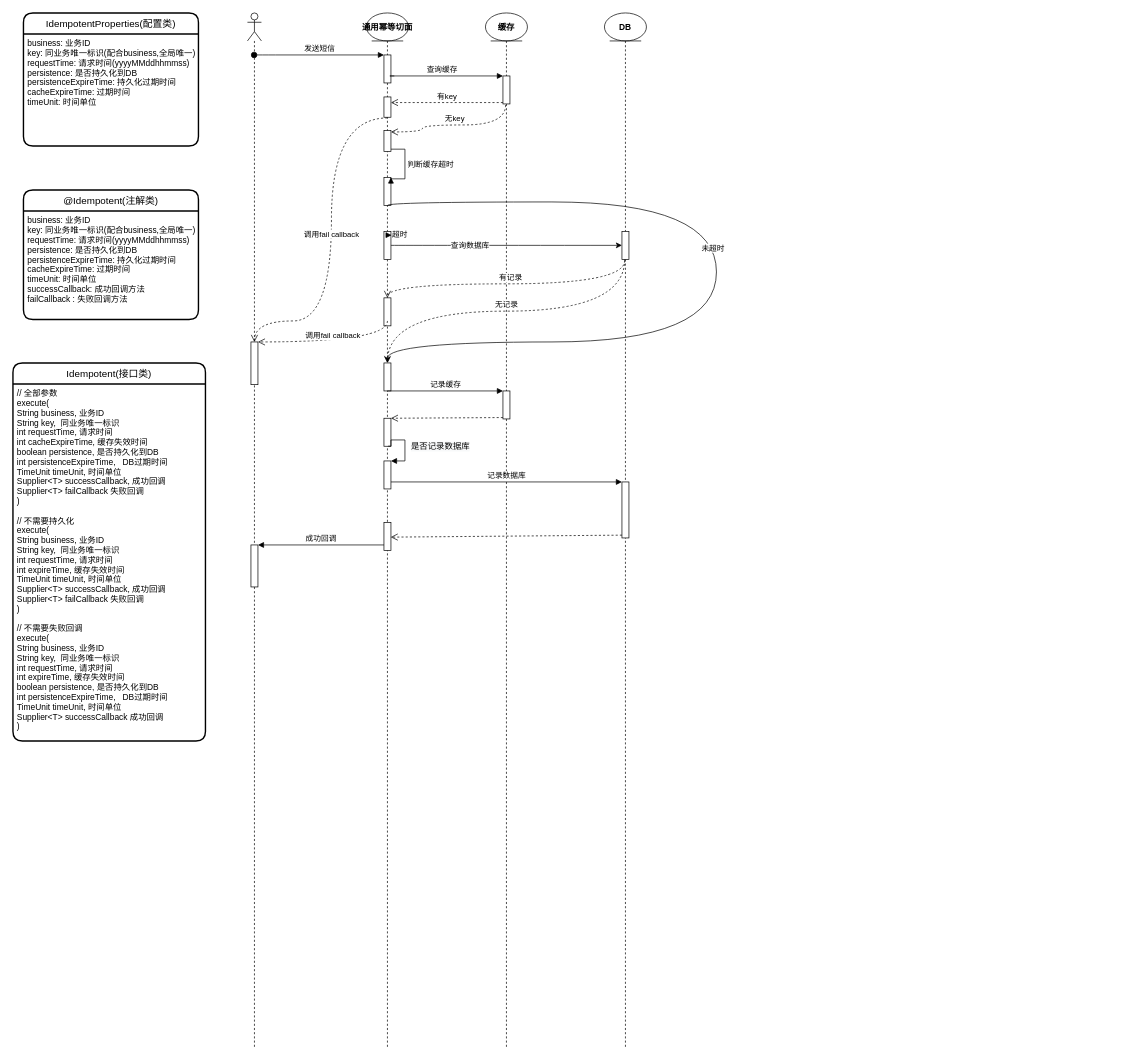
Above: drawioes/幂等流程图.drawio in moriwuzhe/org-diagrams (draw.io), before the change. Source tidied: cells renumbered, new cells numbered last; positions are measured from the earlier drawing's top-left corner, leaving out a move shared by most shapes. Both pictures are drawn from the tidied source at 70%, with x=0, y=0 at pixel (13, 13).
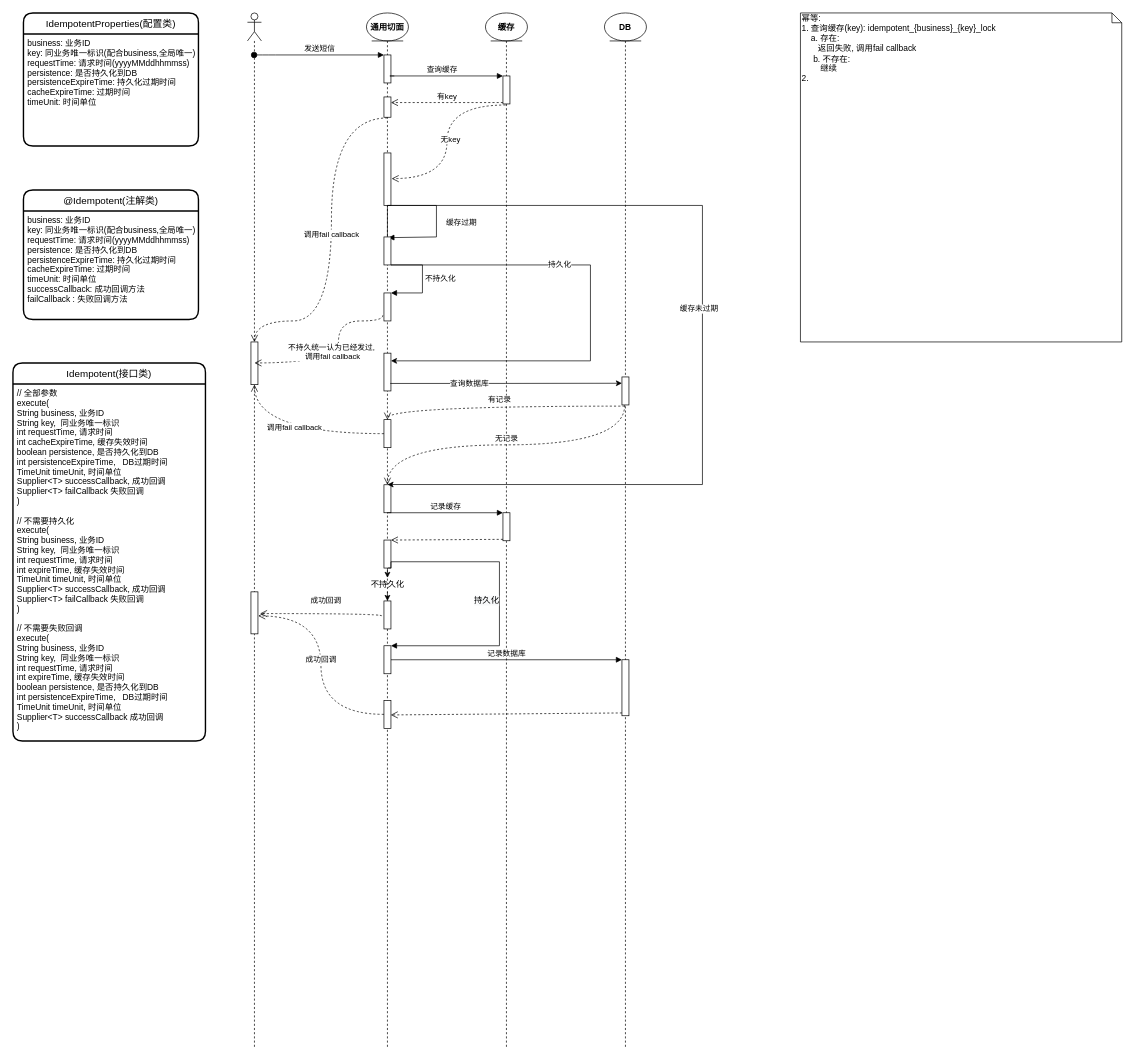
The same diagram, later.

Commit message (it also covers changes not shown here):
更新幂等流程图.drawio

Unchanged cells that the change refers to:
```xml
<mxCell id="8" style="shape=umlLifeline;participant=umlActor;perimeter=lifelinePerimeter;whiteSpace=wrap;html=1;verticalAlign=top;spacingTop=36;outlineConnect=0;" parent="1" vertex="1">
  <mxGeometry x="335" width="20" height="1480" as="geometry" />
</mxCell>
<mxCell id="9" style="html=1;points=[];perimeter=orthogonalPerimeter;" parent="8" vertex="1">
  <mxGeometry x="5" y="470" width="10" height="61" as="geometry" />
</mxCell>
<mxCell id="11" style="shape=umlLifeline;participant=umlEntity;perimeter=lifelinePerimeter;whiteSpace=wrap;html=1;verticalAlign=top;spacingTop=36;outlineConnect=0;" parent="1" vertex="1">
  <mxGeometry x="505" width="60" height="1480" as="geometry" />
</mxCell>
<mxCell id="28" style="shape=umlLifeline;participant=umlEntity;perimeter=lifelinePerimeter;whiteSpace=wrap;html=1;verticalAlign=top;spacingTop=36;" parent="1" vertex="1">
  <mxGeometry x="675" width="60" height="1480" as="geometry" />
</mxCell>
<mxCell id="30" style="html=1;points=[];perimeter=orthogonalPerimeter;" parent="28" vertex="1">
  <mxGeometry x="25" y="90" width="10" height="40" as="geometry" />
</mxCell>
<mxCell id="32" style="shape=umlLifeline;participant=umlEntity;perimeter=lifelinePerimeter;whiteSpace=wrap;html=1;verticalAlign=top;spacingTop=36;" parent="1" vertex="1">
  <mxGeometry x="845" width="60" height="1480" as="geometry" />
</mxCell>
```

What changed in the source:
```diff
@@
     <mxCell id="10" style="html=1;points=[];perimeter=orthogonalPerimeter;" parent="8" vertex="1">
-      <mxGeometry x="5" y="760" width="10" height="60" as="geometry" />
+      <mxGeometry x="5" y="827" width="10" height="60" as="geometry" />
     </mxCell>
@@
-    <mxCell id="13" value="通用幂等切面" style="text;align=center;fontStyle=1;verticalAlign=middle;spacingLeft=3;spacingRight=3;strokeColor=none;" parent="11" vertex="1">
+    <mxCell id="13" value="通用切面" style="text;align=center;fontStyle=1;verticalAlign=middle;spacingLeft=3;spacingRight=3;strokeColor=none;" parent="11" vertex="1">
       <mxGeometry x="-10" y="7" width="80" height="26" as="geometry" />
     </mxCell>
@@
-    <mxCell id="15" style="html=1;points=[];perimeter=orthogonalPerimeter;" parent="11" vertex="1">
-      <mxGeometry x="25" y="168" width="10" height="30" as="geometry" />
-    </mxCell>
     <mxCell id="16" style="html=1;points=[];perimeter=orthogonalPerimeter;" parent="11" vertex="1">
-      <mxGeometry x="25" y="235" width="10" height="40" as="geometry" />
+      <mxGeometry x="25" y="200" width="10" height="75" as="geometry" />
     </mxCell>
-    <mxCell id="17" value="判断缓存超时" style="edgeStyle=orthogonalEdgeStyle;html=1;align=left;spacingLeft=2;endArrow=block;rounded=0;entryX=1;entryY=0;exitX=1.013;exitY=0.92;exitDx=0;exitDy=0;exitPerimeter=0;" parent="11" edge="1" target="16">
-      <mxGeometry relative="1" as="geometry">
-        <mxPoint x="35.1" y="194.6" as="sourcePoint" />
-        <Array as="points">
-          <mxPoint x="55" y="195" />
-          <mxPoint x="55" y="237" />
-        </Array>
-      </mxGeometry>
-    </mxCell>
     <mxCell id="18" style="html=1;points=[];perimeter=orthogonalPerimeter;" parent="11" vertex="1">
-      <mxGeometry x="25" y="312" width="10" height="40" as="geometry" />
+      <mxGeometry x="25" y="486" width="10" height="54" as="geometry" />
     </mxCell>
     <mxCell id="19" style="html=1;points=[];perimeter=orthogonalPerimeter;" parent="11" vertex="1">
-      <mxGeometry x="25" y="407" width="10" height="40" as="geometry" />
+      <mxGeometry x="25" y="581" width="10" height="40" as="geometry" />
     </mxCell>
     <mxCell id="20" style="html=1;points=[];perimeter=orthogonalPerimeter;" parent="11" vertex="1">
-      <mxGeometry x="25" y="500" width="10" height="40" as="geometry" />
+      <mxGeometry x="25" y="674" width="10" height="40" as="geometry" />
     </mxCell>
-    <mxCell id="21" style="edgeStyle=orthogonalEdgeStyle;curved=1;rounded=0;jettySize=auto;html=1;entryX=0.507;entryY=-0.008;entryDx=0;entryDy=0;entryPerimeter=0;" parent="11" edge="1" target="20">
+    <mxCell id="21" style="edgeStyle=orthogonalEdgeStyle;rounded=0;jettySize=auto;html=1;entryX=0.507;entryY=-0.008;entryDx=0;entryDy=0;entryPerimeter=0;" parent="11" edge="1" target="20">
       <mxGeometry relative="1" as="geometry">
         <mxPoint x="30" y="275" as="sourcePoint" />
         <Array as="points">
-          <mxPoint x="30" y="270" />
-          <mxPoint x="500" y="270" />
-          <mxPoint x="500" y="470" />
-          <mxPoint x="30" y="470" />
+          <mxPoint x="480" y="275" />
+          <mxPoint x="480" y="674" />
         </Array>
       </mxGeometry>
     </mxCell>
-    <mxCell id="22" value="未超时" style="edgeLabel;html=1;align=center;verticalAlign=middle;" parent="21" vertex="1">
+    <mxCell id="22" value="缓存未过期" style="edgeLabel;html=1;align=center;verticalAlign=middle;" parent="21" vertex="1">
       <mxGeometry x="-0.08" y="-6" relative="1" as="geometry" />
     </mxCell>
+    <mxCell id="51" style="rounded=0;jettySize=auto;html=1;" parent="11" edge="1" source="56" target="55">
+      <mxGeometry relative="1" as="geometry" />
+    </mxCell>
     <mxCell id="23" style="html=1;points=[];perimeter=orthogonalPerimeter;" parent="11" vertex="1">
-      <mxGeometry x="25" y="579" width="10" height="40" as="geometry" />
+      <mxGeometry x="25" y="753" width="10" height="40" as="geometry" />
     </mxCell>
     <mxCell id="24" style="html=1;points=[];perimeter=orthogonalPerimeter;" parent="11" vertex="1">
-      <mxGeometry x="25" y="640" width="10" height="40" as="geometry" />
+      <mxGeometry x="25" y="904" width="10" height="40" as="geometry" />
     </mxCell>
-    <mxCell id="25" value="&lt;span style=&quot;font-size: 12px ; text-align: center ; background-color: rgb(248 , 249 , 250)&quot;&gt;是否记录数据库&lt;/span&gt;" style="edgeStyle=orthogonalEdgeStyle;html=1;align=left;spacingLeft=2;endArrow=block;rounded=0;entryX=1;entryY=0;exitX=0.599;exitY=0.997;exitDx=0;exitDy=0;exitPerimeter=0;" parent="11" edge="1" source="23" target="24">
-      <mxGeometry x="0.04" y="5" relative="1" as="geometry">
+    <mxCell id="25" value="&lt;span style=&quot;font-size: 12px ; text-align: center ; background-color: rgb(248 , 249 , 250)&quot;&gt;持久化&lt;/span&gt;" style="edgeStyle=orthogonalEdgeStyle;html=1;align=left;spacingLeft=2;endArrow=block;rounded=0;entryX=1;entryY=0;exitX=0.599;exitY=0.997;exitDx=0;exitDy=0;exitPerimeter=0;" parent="11" edge="1" source="23" target="24">
+      <mxGeometry x="0.01" y="-40" relative="1" as="geometry">
         <Array as="points">
-          <mxPoint x="35" y="619" />
-          <mxPoint x="35" y="610" />
-          <mxPoint x="55" y="610" />
-          <mxPoint x="55" y="640" />
+          <mxPoint x="35" y="793" />
+          <mxPoint x="35" y="784" />
+          <mxPoint x="190" y="784" />
+          <mxPoint x="190" y="904" />
         </Array>
       </mxGeometry>
     </mxCell>
     <mxCell id="26" style="html=1;points=[];perimeter=orthogonalPerimeter;" parent="11" vertex="1">
-      <mxGeometry x="25" y="728" width="10" height="40" as="geometry" />
+      <mxGeometry x="25" y="982" width="10" height="40" as="geometry" />
     </mxCell>
+    <mxCell id="40" value="缓存过期" style="edgeStyle=orthogonalEdgeStyle;html=1;align=left;spacingLeft=2;endArrow=block;rounded=0;entryX=0.633;entryY=0.025;entryDx=0;entryDy=0;entryPerimeter=0;" parent="11" edge="1" source="52" target="52">
+      <mxGeometry x="0.22" y="10" relative="1" as="geometry">
+        <Array as="points">
+          <mxPoint x="30" y="275" />
+          <mxPoint x="100" y="275" />
+          <mxPoint x="100" y="320" />
+          <mxPoint x="31" y="320" />
+        </Array>
+      </mxGeometry>
+    </mxCell>
+    <mxCell id="52" style="html=1;points=[];perimeter=orthogonalPerimeter;" parent="11" vertex="1">
+      <mxGeometry x="25" y="320" width="10" height="40" as="geometry" />
+    </mxCell>
+    <mxCell id="53" style="html=1;points=[];perimeter=orthogonalPerimeter;" parent="11" vertex="1">
+      <mxGeometry x="25" y="400" width="10" height="40" as="geometry" />
+    </mxCell>
+    <mxCell id="54" value="不持久化" style="edgeStyle=orthogonalEdgeStyle;html=1;align=left;spacingLeft=2;endArrow=block;rounded=0;entryX=1;entryY=0;" parent="11" edge="1" source="52" target="53">
+      <mxGeometry relative="1" as="geometry">
+        <Array as="points">
+          <mxPoint x="80" y="360" />
+          <mxPoint x="80" y="400" />
+        </Array>
+      </mxGeometry>
+    </mxCell>
+    <mxCell id="55" style="html=1;points=[];perimeter=orthogonalPerimeter;" parent="11" vertex="1">
+      <mxGeometry x="25" y="840" width="10" height="40" as="geometry" />
+    </mxCell>
+    <mxCell id="56" value="不持久化" style="text;html=1;align=center;verticalAlign=middle;points=[];" parent="11" vertex="1">
+      <mxGeometry y="807" width="60" height="20" as="geometry" />
+    </mxCell>
+    <mxCell id="57" style="rounded=0;jettySize=auto;html=1;" parent="11" edge="1" source="23" target="56">
+      <mxGeometry relative="1" as="geometry" />
+    </mxCell>
+    <mxCell id="58" style="edgeStyle=orthogonalEdgeStyle;rounded=0;jettySize=auto;html=1;" parent="11" edge="1" source="52">
+      <mxGeometry relative="1" as="geometry">
+        <mxPoint x="35" y="497" as="targetPoint" />
+        <Array as="points">
+          <mxPoint x="320" y="360" />
+          <mxPoint x="320" y="497" />
+        </Array>
+      </mxGeometry>
+    </mxCell>
+    <mxCell id="59" value="持久化" style="edgeLabel;html=1;align=center;verticalAlign=middle;" parent="58" vertex="1">
+      <mxGeometry x="-0.32" y="1" relative="1" as="geometry" />
+    </mxCell>
@@
     <mxCell id="31" style="html=1;points=[];perimeter=orthogonalPerimeter;" parent="28" vertex="1">
-      <mxGeometry x="25" y="540" width="10" height="40" as="geometry" />
+      <mxGeometry x="25" y="714" width="10" height="40" as="geometry" />
     </mxCell>
@@
     <mxCell id="34" style="html=1;points=[];perimeter=orthogonalPerimeter;" parent="32" vertex="1">
-      <mxGeometry x="25" y="312" width="10" height="40" as="geometry" />
+      <mxGeometry x="25" y="520" width="10" height="40" as="geometry" />
     </mxCell>
     <mxCell id="35" style="html=1;points=[];perimeter=orthogonalPerimeter;" parent="32" vertex="1">
-      <mxGeometry x="25" y="670" width="10" height="80" as="geometry" />
+      <mxGeometry x="25" y="924" width="10" height="80" as="geometry" />
     </mxCell>
@@
-    <mxCell id="39" value="无key" style="html=1;verticalAlign=bottom;endArrow=open;dashed=1;endSize=8;edgeStyle=orthogonalEdgeStyle;curved=1;exitX=0.38;exitY=1.038;exitDx=0;exitDy=0;exitPerimeter=0;" parent="1" edge="1" source="30" target="15">
-      <mxGeometry relative="1" as="geometry">
-        <Array as="points">
-          <mxPoint x="704" y="160" />
-          <mxPoint x="585" y="160" />
-          <mxPoint x="585" y="170" />
-        </Array>
-      </mxGeometry>
+    <mxCell id="39" value="无key" style="html=1;verticalAlign=bottom;endArrow=open;dashed=1;endSize=8;edgeStyle=orthogonalEdgeStyle;curved=1;exitX=0.38;exitY=1.038;exitDx=0;exitDy=0;exitPerimeter=0;entryX=1.1;entryY=0.489;entryDx=0;entryDy=0;entryPerimeter=0;" parent="1" edge="1" source="30" target="16">
+      <mxGeometry x="0.06" y="5" relative="1" as="geometry" />
     </mxCell>
-    <mxCell id="40" value="超时" style="edgeStyle=orthogonalEdgeStyle;html=1;align=left;spacingLeft=2;endArrow=block;rounded=0;entryX=1;entryY=0;" parent="1" edge="1" source="11">
-      <mxGeometry relative="1" as="geometry">
-        <mxPoint x="541" y="317.4" as="targetPoint" />
-        <Array as="points">
-          <mxPoint x="561" y="275" />
-          <mxPoint x="561" y="317" />
-        </Array>
-      </mxGeometry>
-    </mxCell>
-    <mxCell id="41" style="edgeStyle=orthogonalEdgeStyle;curved=1;rounded=0;jettySize=auto;html=1;" parent="1" edge="1" source="18" target="34">
-      <mxGeometry relative="1" as="geometry" />
+    <mxCell id="41" style="edgeStyle=orthogonalEdgeStyle;curved=1;rounded=0;jettySize=auto;html=1;exitX=0.9;exitY=0.802;exitDx=0;exitDy=0;exitPerimeter=0;" parent="1" edge="1" source="18">
+      <mxGeometry relative="1" as="geometry">
+        <mxPoint x="870" y="529" as="targetPoint" />
+      </mxGeometry>
     </mxCell>
@@
     <mxCell id="43" value="有记录" style="html=1;verticalAlign=bottom;endArrow=open;dashed=1;endSize=8;exitX=0.392;exitY=1.042;exitDx=0;exitDy=0;exitPerimeter=0;edgeStyle=orthogonalEdgeStyle;curved=1;" parent="1" edge="1" source="34">
       <mxGeometry relative="1" as="geometry">
-        <mxPoint x="535" y="407" as="targetPoint" />
+        <mxPoint x="535" y="581" as="targetPoint" />
         <Array as="points">
-          <mxPoint x="874" y="387" />
-          <mxPoint x="535" y="387" />
+          <mxPoint x="874" y="561" />
+          <mxPoint x="535" y="561" />
         </Array>
       </mxGeometry>
     </mxCell>
-    <mxCell id="44" value="调用fail callback" style="html=1;verticalAlign=bottom;endArrow=open;dashed=1;endSize=8;edgeStyle=orthogonalEdgeStyle;curved=1;" parent="1" edge="1" target="9">
-      <mxGeometry relative="1" as="geometry">
-        <mxPoint x="535" y="440" as="sourcePoint" />
-        <Array as="points">
-          <mxPoint x="535" y="470" />
-        </Array>
-      </mxGeometry>
+    <mxCell id="44" value="调用fail callback" style="html=1;verticalAlign=bottom;endArrow=open;dashed=1;endSize=8;edgeStyle=orthogonalEdgeStyle;curved=1;" parent="1" edge="1" source="19" target="9">
+      <mxGeometry relative="1" as="geometry" />
     </mxCell>
@@
-    <mxCell id="46" value="记录缓存" style="html=1;verticalAlign=bottom;endArrow=block;entryX=0;entryY=0;" parent="1" edge="1" source="11" target="31">
-      <mxGeometry relative="1" as="geometry" />
+    <mxCell id="46" value="记录缓存" style="html=1;verticalAlign=bottom;endArrow=block;entryX=0;entryY=0;" parent="1" edge="1" target="31">
+      <mxGeometry relative="1" as="geometry">
+        <mxPoint x="534.5" y="714" as="sourcePoint" />
+      </mxGeometry>
     </mxCell>
@@
+    <mxCell id="60" value="幂等:&lt;br&gt;1. 查询缓存(key): idempotent_{business}_{key}_lock&lt;br&gt;&amp;nbsp; &amp;nbsp; a. 存在:&amp;nbsp;&lt;br&gt;&amp;nbsp; &amp;nbsp; &amp;nbsp; &amp;nbsp;返回失败, 调用fail callback&lt;br&gt;&amp;nbsp; &amp;nbsp; &amp;nbsp;b. 不存在:&lt;br&gt;&amp;nbsp; &amp;nbsp; &amp;nbsp; &amp;nbsp; 继续&lt;br&gt;2.&amp;nbsp;&lt;br&gt;&lt;br&gt;&lt;br&gt;" style="shape=note;whiteSpace=wrap;html=1;size=14;verticalAlign=top;align=left;spacingTop=-6;" parent="1" vertex="1">
+      <mxGeometry x="1125" width="459" height="470" as="geometry" />
+    </mxCell>
+    <mxCell id="61" value="成功回调" style="html=1;verticalAlign=bottom;endArrow=open;dashed=1;endSize=8;edgeStyle=orthogonalEdgeStyle;curved=1;entryX=1.3;entryY=0.517;entryDx=0;entryDy=0;entryPerimeter=0;exitX=-0.3;exitY=0.533;exitDx=0;exitDy=0;exitPerimeter=0;" parent="1" edge="1" source="55" target="10">
+      <mxGeometry x="-0.06" y="-10" relative="1" as="geometry">
+        <Array as="points">
+          <mxPoint x="527" y="858" />
+        </Array>
+      </mxGeometry>
+    </mxCell>
-    <mxCell id="50" value="成功回调" style="html=1;verticalAlign=bottom;endArrow=block;entryX=1;entryY=0;" parent="1" edge="1" source="26" target="10">
+    <mxCell id="50" value="成功回调" style="html=1;verticalAlign=bottom;endArrow=open;dashed=1;endSize=8;edgeStyle=orthogonalEdgeStyle;curved=1;entryX=1.033;entryY=0.572;entryDx=0;entryDy=0;entryPerimeter=0;" parent="1" edge="1" source="26" target="10">
       <mxGeometry relative="1" as="geometry" />
     </mxCell>
+    <mxCell id="62" value="不持久统一认为已经发过,&lt;br&gt;&amp;nbsp;调用fail callback" style="html=1;verticalAlign=bottom;endArrow=open;dashed=1;endSize=8;edgeStyle=orthogonalEdgeStyle;curved=1;exitX=-0.167;exitY=0.8;exitDx=0;exitDy=0;exitPerimeter=0;" parent="1" edge="1" source="53">
+      <mxGeometry x="0.12" relative="1" as="geometry">
+        <mxPoint x="345" y="500" as="targetPoint" />
+        <Array as="points">
+          <mxPoint x="528" y="440" />
+          <mxPoint x="465" y="440" />
+          <mxPoint x="465" y="500" />
+        </Array>
+      </mxGeometry>
+    </mxCell>
```
